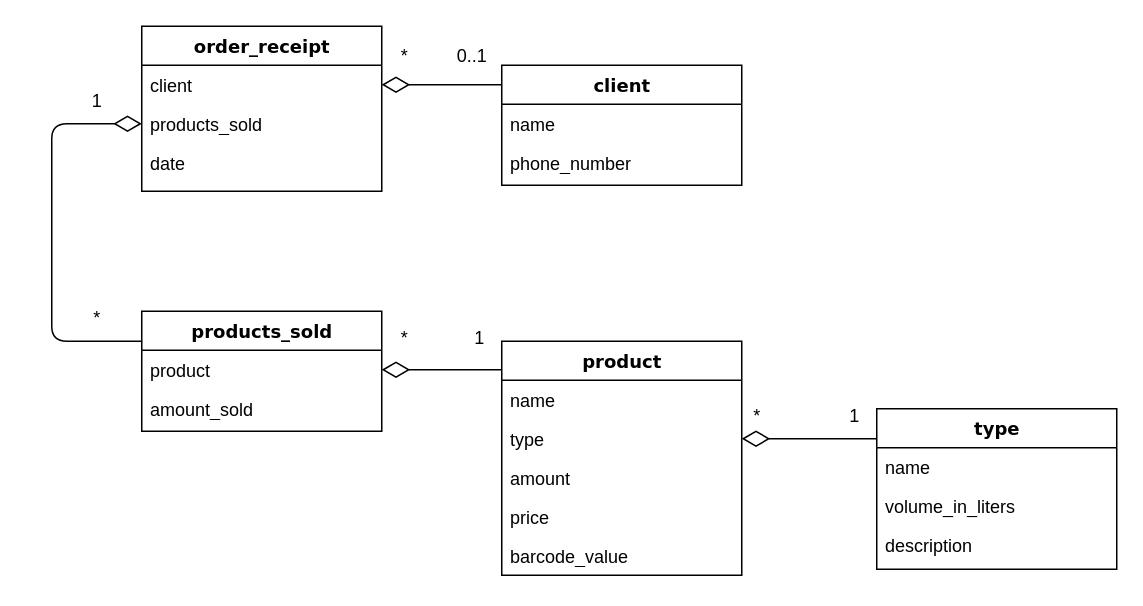
The draw.io diagram 1.1-ConceptualClasses/kurhan_uml.drawio in OP-NC-EduCentre/kurhan, before the edit. Source tidied: cells renumbered, new cells numbered last; positions are measured from the earlier drawing's top-left corner, leaving out a move shared by most shapes. Both pictures are drawn from the tidied source at 150%, with x=0, y=0 at pixel (51, 26).
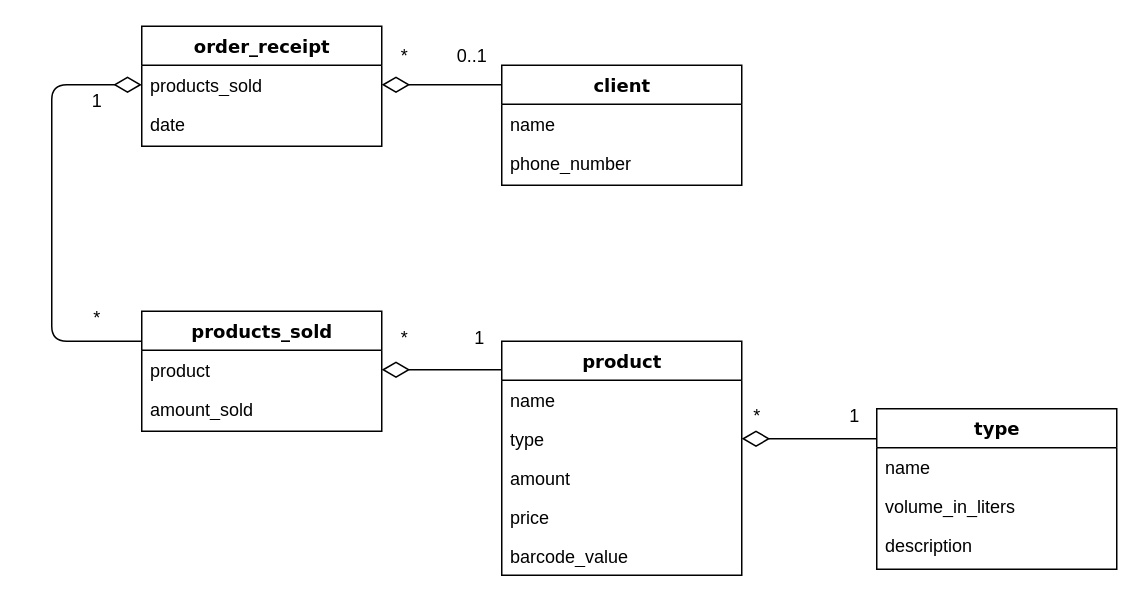
After the change.

Unchanged cells that the change refers to:
```xml
<mxCell id="28" value="client" style="swimlane;html=1;fontStyle=1;align=center;verticalAlign=top;horizontal=1;startSize=26;swimlaneFillColor=#ffffff;rounded=0;shadow=0;comic=0;labelBackgroundColor=none;strokeWidth=1;fillColor=none;fontFamily=Verdana;fontSize=12;" parent="1" vertex="1">
  <mxGeometry x="300" y="26" width="160" height="80" as="geometry" />
</mxCell>
```

Diff of the diagram source:
```diff
@@
     <mxCell id="15" value="order_receipt" style="swimlane;html=1;fontStyle=1;align=center;verticalAlign=top;horizontal=1;startSize=26;swimlaneFillColor=#ffffff;rounded=0;shadow=0;comic=0;labelBackgroundColor=none;strokeWidth=1;fillColor=none;fontFamily=Verdana;fontSize=12;" parent="1" vertex="1">
-      <mxGeometry x="60" width="160" height="110" as="geometry" />
+      <mxGeometry x="60" width="160" height="80" as="geometry" />
     </mxCell>
-    <mxCell id="16" value="client" style="text;html=1;strokeColor=none;fillColor=none;align=left;verticalAlign=top;spacingLeft=4;spacingRight=4;whiteSpace=wrap;overflow=hidden;points=[[0,0.5],[1,0.5]];portConstraint=eastwest;" parent="15" vertex="1">
-      <mxGeometry y="26" width="160" height="26" as="geometry" />
-    </mxCell>
     <mxCell id="17" value="products_sold" style="text;html=1;strokeColor=none;fillColor=none;align=left;verticalAlign=top;spacingLeft=4;spacingRight=4;whiteSpace=wrap;overflow=hidden;points=[[0,0.5],[1,0.5]];portConstraint=eastwest;" parent="15" vertex="1">
-      <mxGeometry y="52" width="160" height="26" as="geometry" />
+      <mxGeometry y="26" width="160" height="26" as="geometry" />
     </mxCell>
     <mxCell id="18" value="date" style="text;html=1;strokeColor=none;fillColor=none;align=left;verticalAlign=top;spacingLeft=4;spacingRight=4;whiteSpace=wrap;overflow=hidden;" parent="15" vertex="1">
-      <mxGeometry y="78" width="160" height="26" as="geometry" />
+      <mxGeometry y="52" width="160" height="26" as="geometry" />
     </mxCell>
@@
-    <mxCell id="31" style="edgeStyle=elbowEdgeStyle;html=1;labelBackgroundColor=none;startFill=0;startSize=8;endArrow=diamondThin;endFill=0;endSize=16;fontFamily=Verdana;fontSize=12;elbow=vertical;entryX=1;entryY=0.5;entryDx=0;entryDy=0;" parent="1" edge="1" source="28" target="16">
-      <mxGeometry relative="1" as="geometry" />
+    <mxCell id="31" style="edgeStyle=elbowEdgeStyle;html=1;labelBackgroundColor=none;startFill=0;startSize=8;endArrow=diamondThin;endFill=0;endSize=16;fontFamily=Verdana;fontSize=12;elbow=vertical;entryX=1;entryY=0.5;entryDx=0;entryDy=0;" parent="1" edge="1" source="28">
+      <mxGeometry relative="1" as="geometry">
+        <mxPoint x="220" y="39" as="targetPoint" />
+      </mxGeometry>
     </mxCell>
```
